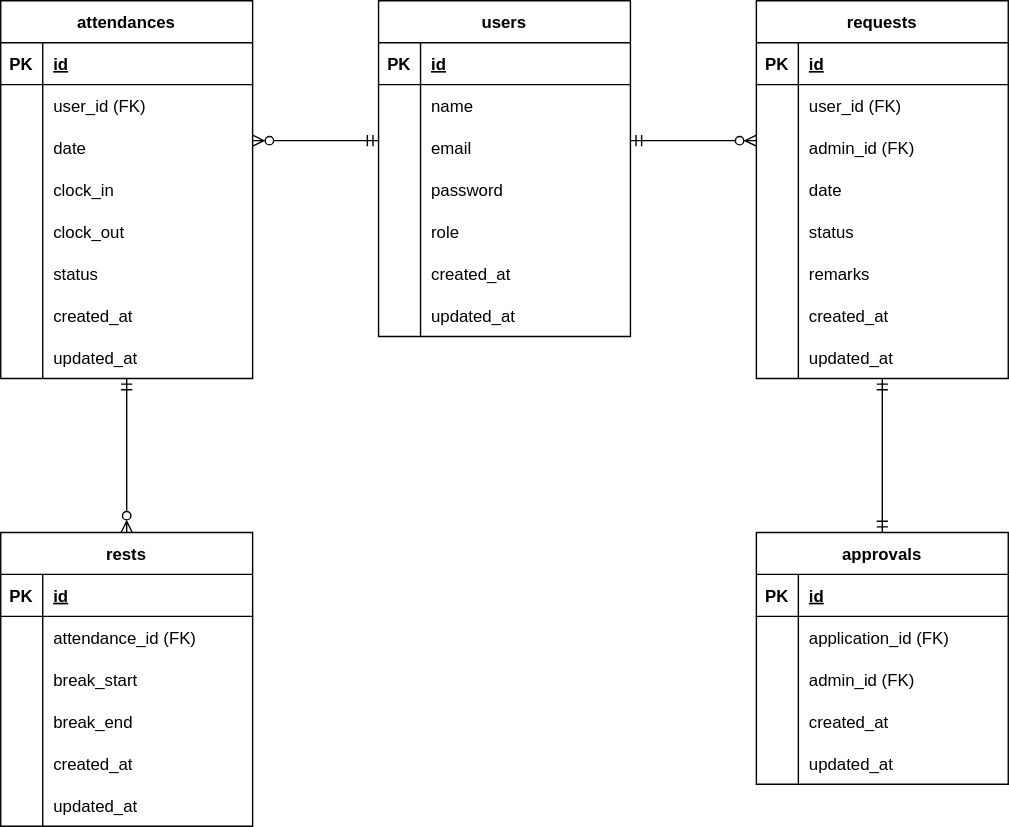
This is src/attendance-test_ER.drawio.svg from dq-myk/attendance-test, a draw.io export, as it was before one commit. Source tidied: cells renumbered, new cells last; positions are measured from the earlier drawing's top-left corner, leaving out a move shared by most shapes.
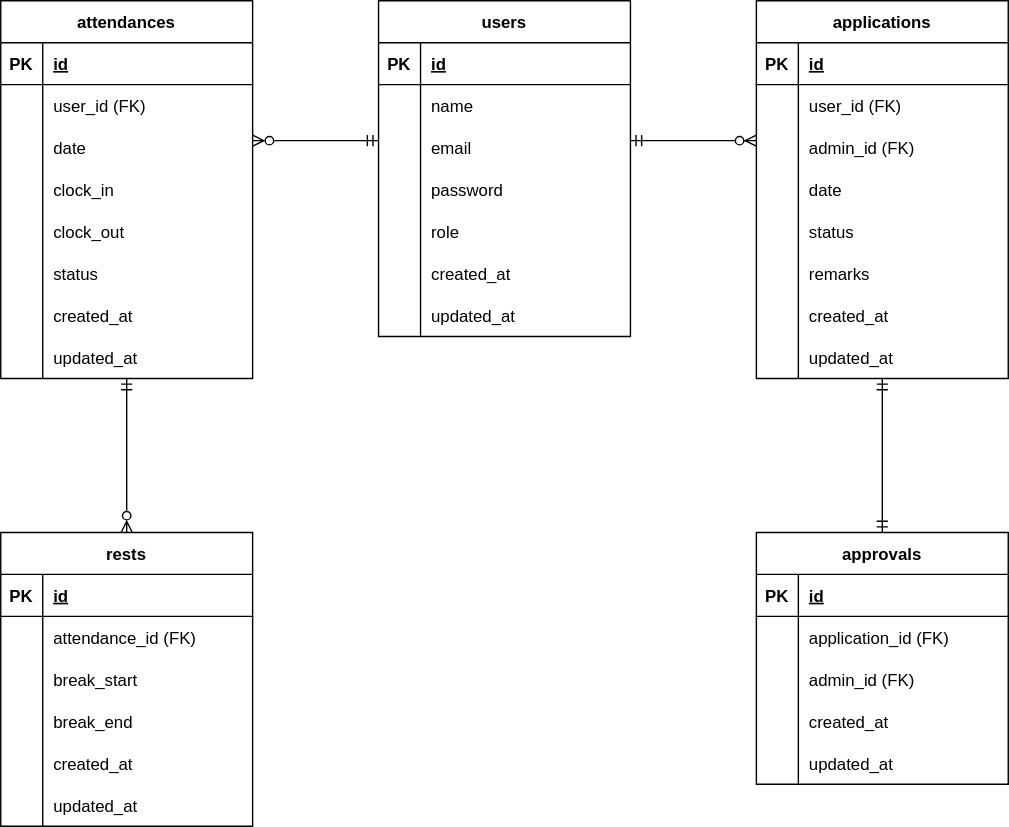
After the commit.

What changed in the source:
```diff
@@ -143,7 +143,7 @@
     <mxCell id="48" value="updated_at" style="shape=partialRectangle;fillColor=none;top=0;left=0;bottom=0;right=0;align=left;spacingLeft=6;overflow=hidden;" parent="46" vertex="1">
       <mxGeometry x="30" width="150" height="30" as="geometry" />
     </mxCell>
-    <mxCell id="49" value="requests" style="shape=table;startSize=30;rowLines=0;fontStyle=1;align=center;" parent="1" vertex="1">
+    <mxCell id="49" value="applications" style="shape=table;startSize=30;rowLines=0;fontStyle=1;align=center;" parent="1" vertex="1">
       <mxGeometry x="540" width="180" height="270" as="geometry" />
     </mxCell>
     <mxCell id="50" style="shape=tableRow;horizontal=0;startSize=0;swimlaneHead=0;swimlaneBody=0;fillColor=none;top=0;left=0;right=0;bottom=1;" parent="49" vertex="1">
```
